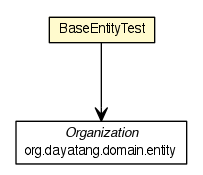
The Graphviz diagram dddlib-domain/testapidocs/org/dayatang/domain/BaseEntityTest.png in dayatang/dddlib, before a commit. Its source is kept beside it as dddlib-domain/testapidocs/org/dayatang/domain/BaseEntityTest.dot. Source of this version:
```dot

digraph G {
	edge [fontname="Helvetica",fontsize=10,labelfontname="Helvetica",labelfontsize=10];
	node [fontname="Helvetica",fontsize=10,shape=plaintext];
	nodesep=0.25;
	ranksep=0.5;
	c988 [label=<<table title="org.dayatang.domain.BaseEntityTest" border="0" cellborder="1" cellspacing="0" cellpadding="2" port="p" bgcolor="lemonChiffon" href="./BaseEntityTest.html">
		<tr><td><table border="0" cellspacing="0" cellpadding="1">
<tr><td align="center" balign="center"> BaseEntityTest </td></tr>
		</table></td></tr>
		</table>>, URL="./BaseEntityTest.html", fontname="Helvetica", fontcolor="black", fontsize=10.0];
	c992 [label=<<table title="org.dayatang.domain.entity.Organization" border="0" cellborder="1" cellspacing="0" cellpadding="2" port="p" href="./entity/Organization.html">
		<tr><td><table border="0" cellspacing="0" cellpadding="1">
<tr><td align="center" balign="center"><font face="Helvetica-Oblique"> Organization </font></td></tr>
<tr><td align="center" balign="center"> org.dayatang.domain.entity </td></tr>
		</table></td></tr>
		</table>>, URL="./entity/Organization.html", fontname="Helvetica", fontcolor="black", fontsize=10.0];
	c988:p -> c992:p [taillabel="", label=" "headlabel="", fontname="Helvetica", fontcolor="black", fontsize=10.0, color="black", arrowhead=open];
}
```
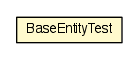
After the change.

The edit, as a diff of the source:
```diff
@@ -4,16 +4,9 @@
 	node [fontname="Helvetica",fontsize=10,shape=plaintext];
 	nodesep=0.25;
 	ranksep=0.5;
-	c988 [label=<<table title="org.dayatang.domain.BaseEntityTest" border="0" cellborder="1" cellspacing="0" cellpadding="2" port="p" bgcolor="lemonChiffon" href="./BaseEntityTest.html">
+	c981 [label=<<table title="org.dayatang.domain.BaseEntityTest" border="0" cellborder="1" cellspacing="0" cellpadding="2" port="p" bgcolor="lemonChiffon" href="./BaseEntityTest.html">
 		<tr><td><table border="0" cellspacing="0" cellpadding="1">
 <tr><td align="center" balign="center"> BaseEntityTest </td></tr>
 		</table></td></tr>
 		</table>>, URL="./BaseEntityTest.html", fontname="Helvetica", fontcolor="black", fontsize=10.0];
-	c992 [label=<<table title="org.dayatang.domain.entity.Organization" border="0" cellborder="1" cellspacing="0" cellpadding="2" port="p" href="./entity/Organization.html">
-		<tr><td><table border="0" cellspacing="0" cellpadding="1">
-<tr><td align="center" balign="center"><font face="Helvetica-Oblique"> Organization </font></td></tr>
-<tr><td align="center" balign="center"> org.dayatang.domain.entity </td></tr>
-		</table></td></tr>
-		</table>>, URL="./entity/Organization.html", fontname="Helvetica", fontcolor="black", fontsize=10.0];
-	c988:p -> c992:p [taillabel="", label=" "headlabel="", fontname="Helvetica", fontcolor="black", fontsize=10.0, color="black", arrowhead=open];
 }
```
